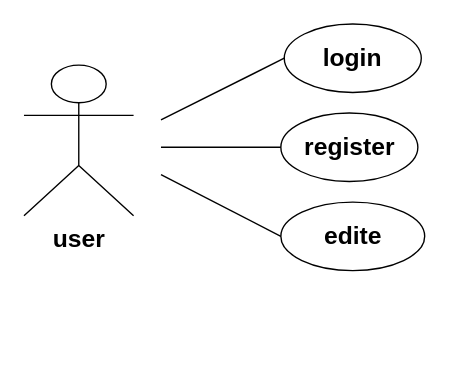
Before: mizuhon-1/jpg/usecase.drawio.xml in sydong001/web3, a draw.io diagram. Source tidied: cells renumbered, new cells numbered last; positions are measured from the earlier drawing's top-left corner, leaving out a move shared by most shapes. Both pictures are drawn from the tidied source at 137%, with x=0, y=0 at pixel (23, 23).
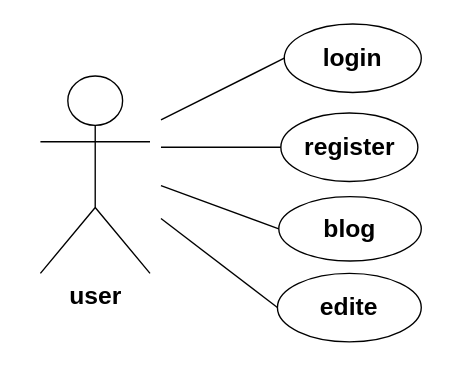
Above is the later version.

Diff of the diagram source:
```diff
@@
 <mxGraphModel>
   <root>
     <mxCell id="0" />
     <mxCell id="1" parent="0" />
     <mxCell id="2" value="&lt;font style=&quot;font-size: 18px;&quot;&gt;&lt;b&gt;login&lt;/b&gt;&lt;/font&gt;" style="ellipse;whiteSpace=wrap;html=1;" parent="1" vertex="1">
       <mxGeometry x="190" width="100" height="50" as="geometry" />
     </mxCell>
     <mxCell id="3" value="&lt;b&gt;&lt;font style=&quot;font-size: 18px;&quot;&gt;register&lt;/font&gt;&lt;/b&gt;" style="ellipse;whiteSpace=wrap;html=1;" parent="1" vertex="1">
       <mxGeometry x="187.5" y="65" width="100" height="50" as="geometry" />
     </mxCell>
     <mxCell id="4" value="&lt;span style=&quot;font-size: 18px;&quot;&gt;&lt;b&gt;edite&lt;/b&gt;&lt;/span&gt;" style="ellipse;whiteSpace=wrap;html=1;" parent="1" vertex="1">
-      <mxGeometry x="187.5" y="130" width="105" height="50" as="geometry" />
+      <mxGeometry x="185" y="182" width="105" height="50" as="geometry" />
     </mxCell>
     <mxCell id="5" value="&lt;font style=&quot;font-size: 18px;&quot;&gt;&lt;b&gt;user&lt;/b&gt;&lt;/font&gt;" style="shape=umlActor;verticalLabelPosition=bottom;verticalAlign=top;html=1;" parent="1" vertex="1">
-      <mxGeometry y="30" width="80" height="110" as="geometry" />
+      <mxGeometry x="12" y="38" width="80" height="144" as="geometry" />
     </mxCell>
     <mxCell id="6" style="endArrow=none;html=1;rounded=0;entryX=0;entryY=0.5;entryDx=0;entryDy=0;" parent="1" edge="1" target="2">
       <mxGeometry relative="1" as="geometry">
         <mxPoint x="100" y="70" as="sourcePoint" />
       </mxGeometry>
     </mxCell>
     <mxCell id="7" style="endArrow=none;html=1;rounded=0;entryX=0;entryY=0.5;entryDx=0;entryDy=0;" parent="1" edge="1" target="3">
       <mxGeometry relative="1" as="geometry">
         <mxPoint x="100" y="90" as="sourcePoint" />
       </mxGeometry>
     </mxCell>
-    <mxCell id="8" style="endArrow=none;html=1;rounded=0;entryX=0;entryY=0.5;entryDx=0;entryDy=0;" parent="1" edge="1" target="4">
-      <mxGeometry relative="1" as="geometry">
-        <mxPoint x="100" y="110" as="sourcePoint" />
-      </mxGeometry>
-    </mxCell>
+    <mxCell id="9" value="&lt;b&gt;&lt;font style=&quot;font-size: 18px;&quot;&gt;blog&lt;/font&gt;&lt;/b&gt;" style="ellipse;whiteSpace=wrap;html=1;" parent="1" vertex="1">
+      <mxGeometry x="186" y="126" width="104" height="47" as="geometry" />
+    </mxCell>
+    <mxCell id="10" style="endArrow=none;html=1;rounded=0;exitX=0;exitY=0.5;exitDx=0;exitDy=0;" parent="1" edge="1" source="9">
+      <mxGeometry relative="1" as="geometry">
+        <mxPoint x="100" y="118" as="targetPoint" />
+        <Array as="points">
+          <mxPoint x="100" y="118" />
+        </Array>
+      </mxGeometry>
+    </mxCell>
+    <mxCell id="11" style="endArrow=none;html=1;rounded=0;exitX=0;exitY=0.5;exitDx=0;exitDy=0;" parent="1" edge="1" source="4">
+      <mxGeometry relative="1" as="geometry">
+        <mxPoint x="100" y="142" as="targetPoint" />
+      </mxGeometry>
+    </mxCell>
   </root>
 </mxGraphModel>
```
